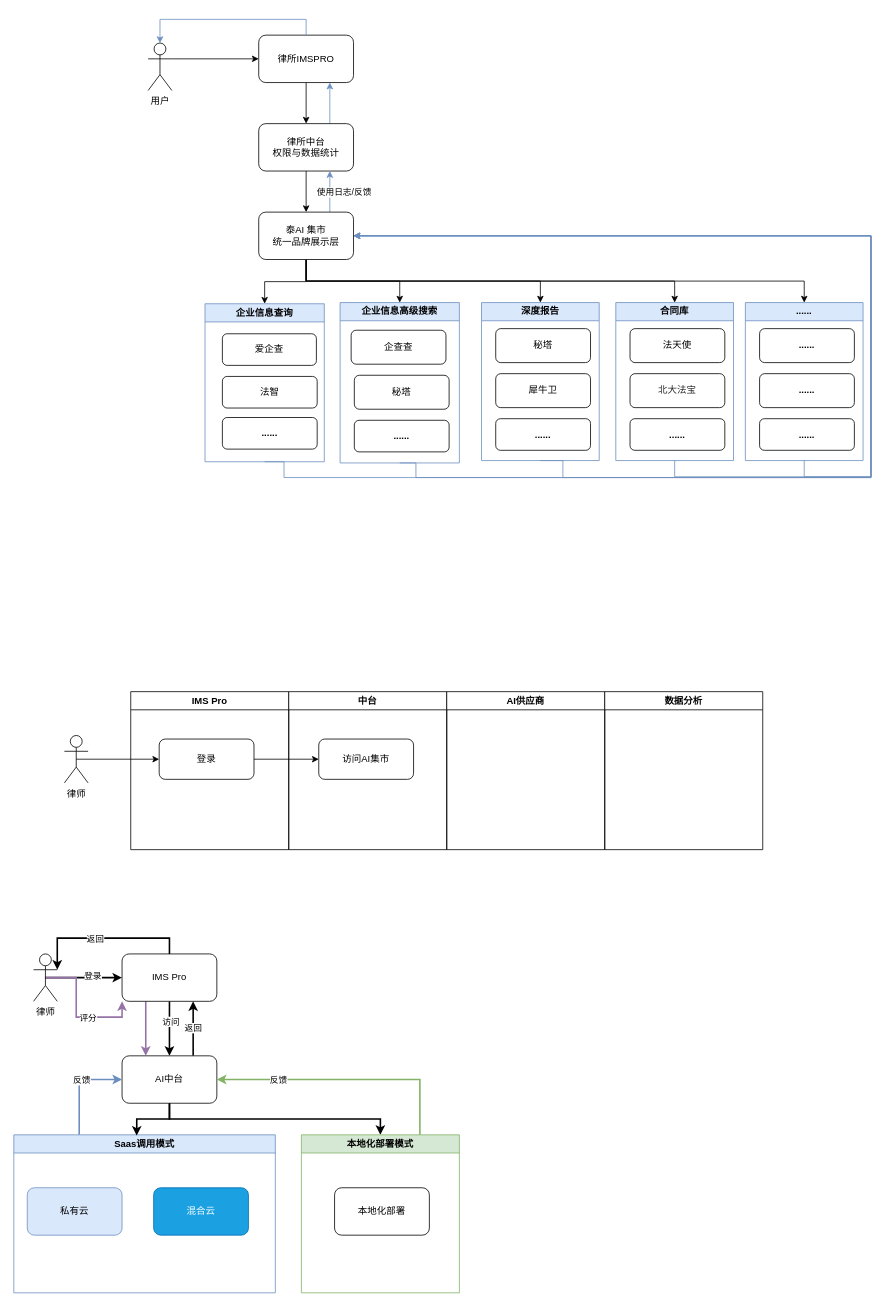
Earlier version of the draw.io diagram 1110_中台AI.drawio (hy986/Repo_0110). Source tidied: cells renumbered, new cells numbered last; positions are measured from the earlier drawing's top-left corner, leaving out a move shared by most shapes. Both pictures are drawn from the tidied source at 79%, with x=0, y=0 at pixel (13, 35).
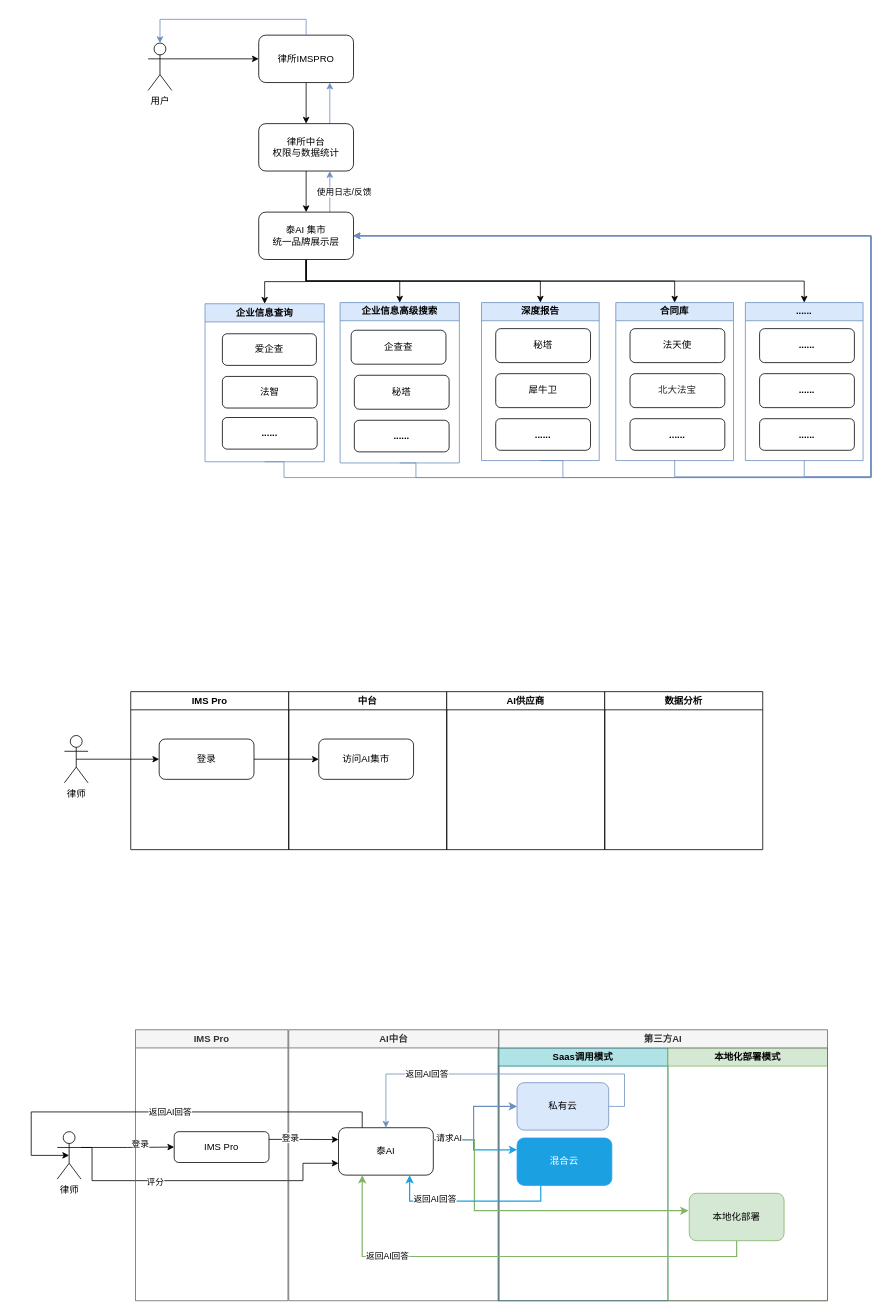
After the change.

What changed in the source:
```diff
@@
+    <mxCell id="76" value="AI中台" style="swimlane;whiteSpace=wrap;html=1;fillColor=#f5f5f5;fontColor=#333333;strokeColor=#666666;" parent="1" vertex="1">
+      <mxGeometry x="348" y="1259" width="266" height="343" as="geometry" />
+    </mxCell>
+    <mxCell id="63" value="泰AI" style="rounded=1;whiteSpace=wrap;html=1;" parent="76" vertex="1">
+      <mxGeometry x="63" y="124" width="120" height="60" as="geometry" />
+    </mxCell>
@@
-    <mxCell id="52" style="edgeStyle=orthogonalEdgeStyle;rounded=0;jettySize=auto;html=1;exitX=0.5;exitY=0.5;exitDx=0;exitDy=0;exitPerimeter=0;entryX=0;entryY=0.5;entryDx=0;entryDy=0;strokeWidth=2;" parent="1" edge="1" source="56" target="60">
-      <mxGeometry relative="1" as="geometry" />
-    </mxCell>
-    <mxCell id="53" value="登录" style="edgeLabel;html=1;align=center;verticalAlign=middle;" parent="52" vertex="1">
-      <mxGeometry x="-0.09" y="4" relative="1" as="geometry">
-        <mxPoint x="15" y="1" as="offset" />
-      </mxGeometry>
-    </mxCell>
-    <mxCell id="54" style="edgeStyle=orthogonalEdgeStyle;rounded=0;jettySize=auto;html=1;exitX=0.5;exitY=0.5;exitDx=0;exitDy=0;exitPerimeter=0;entryX=0;entryY=1;entryDx=0;entryDy=0;fillColor=#e1d5e7;strokeColor=#9673a6;strokeWidth=2;" parent="1" edge="1" source="56" target="60">
-      <mxGeometry relative="1" as="geometry">
-        <Array as="points">
-          <mxPoint x="79" y="1193" />
-          <mxPoint x="79" y="1243" />
-          <mxPoint x="137" y="1243" />
-        </Array>
-      </mxGeometry>
-    </mxCell>
+    <mxCell id="77" style="edgeStyle=orthogonalEdgeStyle;rounded=0;jettySize=auto;html=1;exitX=1;exitY=0.3333333333333333;exitDx=0;exitDy=0;exitPerimeter=0;entryX=0;entryY=0.5;entryDx=0;entryDy=0;" parent="1" edge="1" source="56" target="60">
+      <mxGeometry relative="1" as="geometry" />
+    </mxCell>
+    <mxCell id="78" value="登录" style="edgeLabel;html=1;align=center;verticalAlign=middle;" parent="77" vertex="1">
+      <mxGeometry x="-0.53" y="4" relative="1" as="geometry">
+        <mxPoint x="46" y="-1" as="offset" />
+      </mxGeometry>
+    </mxCell>
+    <mxCell id="79" style="edgeStyle=orthogonalEdgeStyle;rounded=0;jettySize=auto;html=1;exitX=1;exitY=0.3333333333333333;exitDx=0;exitDy=0;exitPerimeter=0;entryX=0;entryY=0.75;entryDx=0;entryDy=0;" parent="1" edge="1" source="56" target="63">
+      <mxGeometry relative="1" as="geometry">
+        <Array as="points">
+          <mxPoint x="99" y="1408" />
+          <mxPoint x="99" y="1450" />
+          <mxPoint x="366" y="1450" />
+          <mxPoint x="366" y="1428" />
+        </Array>
+      </mxGeometry>
+    </mxCell>
-    <mxCell id="55" value="评分" style="edgeLabel;html=1;align=center;verticalAlign=middle;" parent="54" vertex="1">
-      <mxGeometry x="0.23" relative="1" as="geometry" />
+    <mxCell id="55" value="评分" style="edgeLabel;html=1;align=center;verticalAlign=middle;" parent="79" vertex="1">
+      <mxGeometry x="-0.31" y="-1" relative="1" as="geometry" />
     </mxCell>
     <mxCell id="56" value="律师" style="shape=umlActor;verticalLabelPosition=bottom;verticalAlign=top;html=1;outlineConnect=0;" parent="1" vertex="1">
-      <mxGeometry x="25" y="1163" width="30" height="60" as="geometry" />
+      <mxGeometry x="55" y="1388" width="30" height="60" as="geometry" />
     </mxCell>
-    <mxCell id="57" style="edgeStyle=orthogonalEdgeStyle;rounded=0;jettySize=auto;html=1;exitX=0.5;exitY=1;exitDx=0;exitDy=0;entryX=0.5;entryY=0;entryDx=0;entryDy=0;strokeWidth=2;" parent="1" edge="1" source="60" target="63">
-      <mxGeometry relative="1" as="geometry" />
-    </mxCell>
-    <mxCell id="58" value="访问" style="edgeLabel;html=1;align=center;verticalAlign=middle;" parent="57" vertex="1">
-      <mxGeometry x="-0.28" y="1" relative="1" as="geometry" />
-    </mxCell>
-    <mxCell id="59" style="edgeStyle=orthogonalEdgeStyle;rounded=0;jettySize=auto;html=1;exitX=0.25;exitY=1;exitDx=0;exitDy=0;entryX=0.25;entryY=0;entryDx=0;entryDy=0;strokeWidth=2;strokeColor=#9673A6;" parent="1" edge="1" source="60" target="63">
-      <mxGeometry relative="1" as="geometry" />
-    </mxCell>
-    <mxCell id="60" value="IMS Pro" style="rounded=1;whiteSpace=wrap;html=1;" parent="1" vertex="1">
-      <mxGeometry x="137" y="1163" width="120" height="60" as="geometry" />
-    </mxCell>
-    <mxCell id="61" style="edgeStyle=orthogonalEdgeStyle;rounded=0;jettySize=auto;html=1;exitX=0.5;exitY=1;exitDx=0;exitDy=0;entryX=0.5;entryY=0;entryDx=0;entryDy=0;strokeWidth=2;" parent="1" edge="1" source="63" target="71">
-      <mxGeometry relative="1" as="geometry" />
-    </mxCell>
-    <mxCell id="62" value="返回" style="edgeStyle=orthogonalEdgeStyle;rounded=0;jettySize=auto;html=1;exitX=0.75;exitY=0;exitDx=0;exitDy=0;entryX=0.75;entryY=1;entryDx=0;entryDy=0;strokeWidth=2;" parent="1" edge="1" source="63" target="60">
-      <mxGeometry relative="1" as="geometry" />
-    </mxCell>
-    <mxCell id="63" value="AI中台" style="rounded=1;whiteSpace=wrap;html=1;" parent="1" vertex="1">
-      <mxGeometry x="137" y="1292" width="120" height="60" as="geometry" />
-    </mxCell>
-    <mxCell id="64" style="edgeStyle=orthogonalEdgeStyle;rounded=0;jettySize=auto;html=1;exitX=0.25;exitY=0;exitDx=0;exitDy=0;entryX=0;entryY=0.5;entryDx=0;entryDy=0;fillColor=#dae8fc;strokeColor=#6c8ebf;strokeWidth=2;" parent="1" edge="1" source="66" target="63">
-      <mxGeometry relative="1" as="geometry">
-        <Array as="points">
-          <mxPoint x="83" y="1322" />
-        </Array>
-      </mxGeometry>
-    </mxCell>
-    <mxCell id="65" value="反馈" style="edgeLabel;html=1;align=center;verticalAlign=middle;" parent="64" vertex="1">
-      <mxGeometry x="0.71" relative="1" as="geometry">
-        <mxPoint x="-33" as="offset" />
-      </mxGeometry>
-    </mxCell>
-    <mxCell id="66" value="Saas调用模式" style="swimlane;whiteSpace=wrap;html=1;fillColor=#dae8fc;strokeColor=#6c8ebf;" parent="1" vertex="1">
-      <mxGeometry y="1392" width="331" height="200" as="geometry" />
+    <mxCell id="66" value="Saas调用模式" style="swimlane;whiteSpace=wrap;html=1;fillColor=#b0e3e6;strokeColor=#0e8088;" parent="1" vertex="1">
+      <mxGeometry x="613" y="1282" width="215" height="320" as="geometry" />
     </mxCell>
-    <mxCell id="67" value="私有云" style="rounded=1;whiteSpace=wrap;html=1;fillColor=#dae8fc;strokeColor=#6c8ebf;" parent="66" vertex="1">
-      <mxGeometry x="17" y="67" width="120" height="60" as="geometry" />
-    </mxCell>
-    <mxCell id="68" value="混合云" style="rounded=1;whiteSpace=wrap;html=1;fillColor=#1ba1e2;fontColor=#ffffff;strokeColor=#006EAF;" parent="66" vertex="1">
-      <mxGeometry x="177" y="67" width="120" height="60" as="geometry" />
+    <mxCell id="68" value="混合云" style="rounded=1;whiteSpace=wrap;html=1;fillColor=#1ba1e2;fontColor=#ffffff;strokeColor=#3399FF;" parent="66" vertex="1">
+      <mxGeometry x="24" y="114" width="120" height="60" as="geometry" />
     </mxCell>
-    <mxCell id="69" style="edgeStyle=orthogonalEdgeStyle;rounded=0;jettySize=auto;html=1;exitX=0.75;exitY=0;exitDx=0;exitDy=0;entryX=1;entryY=0.5;entryDx=0;entryDy=0;fillColor=#d5e8d4;strokeColor=#82b366;strokeWidth=2;" parent="1" edge="1" source="71" target="63">
-      <mxGeometry relative="1" as="geometry">
-        <Array as="points">
-          <mxPoint x="514" y="1322" />
-        </Array>
-      </mxGeometry>
-    </mxCell>
-    <mxCell id="70" value="反馈" style="edgeLabel;html=1;align=center;verticalAlign=middle;" parent="69" vertex="1">
-      <mxGeometry x="0.71" y="-3" relative="1" as="geometry">
-        <mxPoint x="30" y="3" as="offset" />
-      </mxGeometry>
-    </mxCell>
     <mxCell id="71" value="本地化部署模式" style="swimlane;whiteSpace=wrap;html=1;fillColor=#d5e8d4;strokeColor=#82b366;" parent="1" vertex="1">
-      <mxGeometry x="364" y="1392" width="200" height="200" as="geometry" />
+      <mxGeometry x="828" y="1282" width="202" height="320" as="geometry" />
     </mxCell>
-    <mxCell id="72" value="本地化部署" style="rounded=1;whiteSpace=wrap;html=1;" parent="71" vertex="1">
-      <mxGeometry x="42" y="67" width="120" height="60" as="geometry" />
+    <mxCell id="72" value="本地化部署" style="rounded=1;whiteSpace=wrap;html=1;fillColor=#d5e8d4;strokeColor=#82b366;" parent="71" vertex="1">
+      <mxGeometry x="27" y="184" width="120" height="60" as="geometry" />
     </mxCell>
-    <mxCell id="73" style="edgeStyle=orthogonalEdgeStyle;rounded=0;jettySize=auto;html=1;exitX=0.5;exitY=1;exitDx=0;exitDy=0;entryX=0.47;entryY=0.005;entryDx=0;entryDy=0;entryPerimeter=0;strokeWidth=2;" parent="1" edge="1" source="63" target="66">
-      <mxGeometry relative="1" as="geometry" />
-    </mxCell>
-    <mxCell id="74" style="edgeStyle=orthogonalEdgeStyle;rounded=0;jettySize=auto;html=1;exitX=0.5;exitY=0;exitDx=0;exitDy=0;entryX=1;entryY=0.3333333333333333;entryDx=0;entryDy=0;entryPerimeter=0;strokeWidth=2;" parent="1" edge="1" source="60" target="56">
-      <mxGeometry relative="1" as="geometry">
-        <Array as="points">
-          <mxPoint x="197" y="1143" />
-          <mxPoint x="55" y="1143" />
-        </Array>
-      </mxGeometry>
-    </mxCell>
-    <mxCell id="75" value="返回" style="edgeLabel;html=1;align=center;verticalAlign=middle;" parent="74" vertex="1">
-      <mxGeometry x="0.14" y="1" relative="1" as="geometry" />
-    </mxCell>
+    <mxCell id="80" value="IMS Pro" style="swimlane;whiteSpace=wrap;html=1;fillColor=#f5f5f5;fontColor=#333333;strokeColor=#666666;" parent="1" vertex="1">
+      <mxGeometry x="154" y="1259" width="193" height="343" as="geometry" />
+    </mxCell>
+    <mxCell id="60" value="IMS Pro" style="rounded=1;whiteSpace=wrap;html=1;" parent="80" vertex="1">
+      <mxGeometry x="49" y="129" width="120" height="39" as="geometry" />
+    </mxCell>
+    <mxCell id="81" style="edgeStyle=orthogonalEdgeStyle;rounded=0;jettySize=auto;html=1;exitX=1;exitY=0.25;exitDx=0;exitDy=0;entryX=0;entryY=0.25;entryDx=0;entryDy=0;" parent="1" edge="1" source="60" target="63">
+      <mxGeometry relative="1" as="geometry" />
+    </mxCell>
+    <mxCell id="82" value="登录" style="edgeLabel;html=1;align=center;verticalAlign=middle;" parent="81" vertex="1">
+      <mxGeometry x="-0.42" y="2" relative="1" as="geometry" />
+    </mxCell>
+    <mxCell id="83" value="第三方AI" style="swimlane;whiteSpace=wrap;html=1;fillColor=#f5f5f5;fontColor=#333333;strokeColor=#666666;" parent="1" vertex="1">
+      <mxGeometry x="614" y="1259" width="416" height="343" as="geometry" />
+    </mxCell>
+    <mxCell id="67" value="私有云" style="rounded=1;whiteSpace=wrap;html=1;fillColor=#DAE8FC;strokeColor=#6c8ebf;" parent="83" vertex="1">
+      <mxGeometry x="23" y="67" width="116" height="60" as="geometry" />
+    </mxCell>
+    <mxCell id="84" style="edgeStyle=orthogonalEdgeStyle;rounded=0;jettySize=auto;html=1;exitX=1;exitY=0.25;exitDx=0;exitDy=0;entryX=0;entryY=0.5;entryDx=0;entryDy=0;fillColor=#dae8fc;strokeColor=#6C8EBF;strokeWidth=1.5;" parent="1" edge="1" source="63" target="67">
+      <mxGeometry relative="1" as="geometry">
+        <Array as="points">
+          <mxPoint x="582" y="1398" />
+          <mxPoint x="582" y="1356" />
+        </Array>
+      </mxGeometry>
+    </mxCell>
+    <mxCell id="85" style="edgeStyle=orthogonalEdgeStyle;rounded=0;jettySize=auto;html=1;exitX=1;exitY=0.25;exitDx=0;exitDy=0;entryX=0;entryY=0.25;entryDx=0;entryDy=0;strokeColor=#1BA1E2;strokeWidth=1.5;" parent="1" edge="1" source="63" target="68">
+      <mxGeometry relative="1" as="geometry">
+        <Array as="points">
+          <mxPoint x="582" y="1398" />
+          <mxPoint x="582" y="1411" />
+        </Array>
+      </mxGeometry>
+    </mxCell>
+    <mxCell id="86" style="edgeStyle=orthogonalEdgeStyle;rounded=0;jettySize=auto;html=1;exitX=1;exitY=0.25;exitDx=0;exitDy=0;entryX=-0.008;entryY=0.367;entryDx=0;entryDy=0;entryPerimeter=0;strokeColor=#82B366;strokeWidth=1.5;" parent="1" edge="1" source="63" target="72">
+      <mxGeometry relative="1" as="geometry">
+        <Array as="points">
+          <mxPoint x="583" y="1398" />
+          <mxPoint x="583" y="1488" />
+        </Array>
+      </mxGeometry>
+    </mxCell>
+    <mxCell id="87" value="请求AI" style="edgeLabel;html=1;align=center;verticalAlign=middle;" parent="86" vertex="1">
+      <mxGeometry x="-0.91" y="3" relative="1" as="geometry" />
+    </mxCell>
+    <mxCell id="88" style="edgeStyle=orthogonalEdgeStyle;rounded=0;jettySize=auto;html=1;exitX=1;exitY=0.5;exitDx=0;exitDy=0;entryX=0.5;entryY=0;entryDx=0;entryDy=0;strokeColor=#6C8EBF;" parent="1" edge="1" source="67" target="63">
+      <mxGeometry relative="1" as="geometry">
+        <Array as="points">
+          <mxPoint x="773" y="1356" />
+          <mxPoint x="773" y="1315" />
+          <mxPoint x="471" y="1315" />
+        </Array>
+      </mxGeometry>
+    </mxCell>
+    <mxCell id="89" value="返回AI回答" style="edgeLabel;html=1;align=center;verticalAlign=middle;" parent="88" vertex="1">
+      <mxGeometry x="0.45" y="-1" relative="1" as="geometry" />
+    </mxCell>
+    <mxCell id="90" style="edgeStyle=orthogonalEdgeStyle;rounded=0;jettySize=auto;html=1;exitX=0.25;exitY=1;exitDx=0;exitDy=0;entryX=0.75;entryY=1;entryDx=0;entryDy=0;strokeColor=#1BA1E2;strokeWidth=1.5;" parent="1" edge="1" source="68" target="63">
+      <mxGeometry relative="1" as="geometry" />
+    </mxCell>
+    <mxCell id="91" value="返回AI回答" style="edgeLabel;html=1;align=center;verticalAlign=middle;" parent="90" vertex="1">
+      <mxGeometry x="0.42" y="-3" relative="1" as="geometry" />
+    </mxCell>
+    <mxCell id="92" style="edgeStyle=orthogonalEdgeStyle;rounded=0;jettySize=auto;html=1;exitX=0.5;exitY=1;exitDx=0;exitDy=0;entryX=0.25;entryY=1;entryDx=0;entryDy=0;strokeColor=#82B366;strokeWidth=1.5;" parent="1" edge="1" source="72" target="63">
+      <mxGeometry relative="1" as="geometry" />
+    </mxCell>
+    <mxCell id="93" value="返回AI回答" style="edgeLabel;html=1;align=center;verticalAlign=middle;" parent="92" vertex="1">
+      <mxGeometry x="0.55" y="-1" relative="1" as="geometry" />
+    </mxCell>
+    <mxCell id="94" style="edgeStyle=orthogonalEdgeStyle;rounded=0;jettySize=auto;html=1;exitX=0.25;exitY=0;exitDx=0;exitDy=0;entryX=0.5;entryY=0.5;entryDx=0;entryDy=0;entryPerimeter=0;" parent="1" edge="1" source="63" target="56">
+      <mxGeometry relative="1" as="geometry">
+        <Array as="points">
+          <mxPoint x="441" y="1363" />
+          <mxPoint x="22" y="1363" />
+          <mxPoint x="22" y="1418" />
+        </Array>
+      </mxGeometry>
+    </mxCell>
+    <mxCell id="95" value="返回AI回答" style="edgeLabel;html=1;align=center;verticalAlign=middle;" parent="94" vertex="1">
+      <mxGeometry x="-0.03" y="-1" relative="1" as="geometry" />
+    </mxCell>
```
